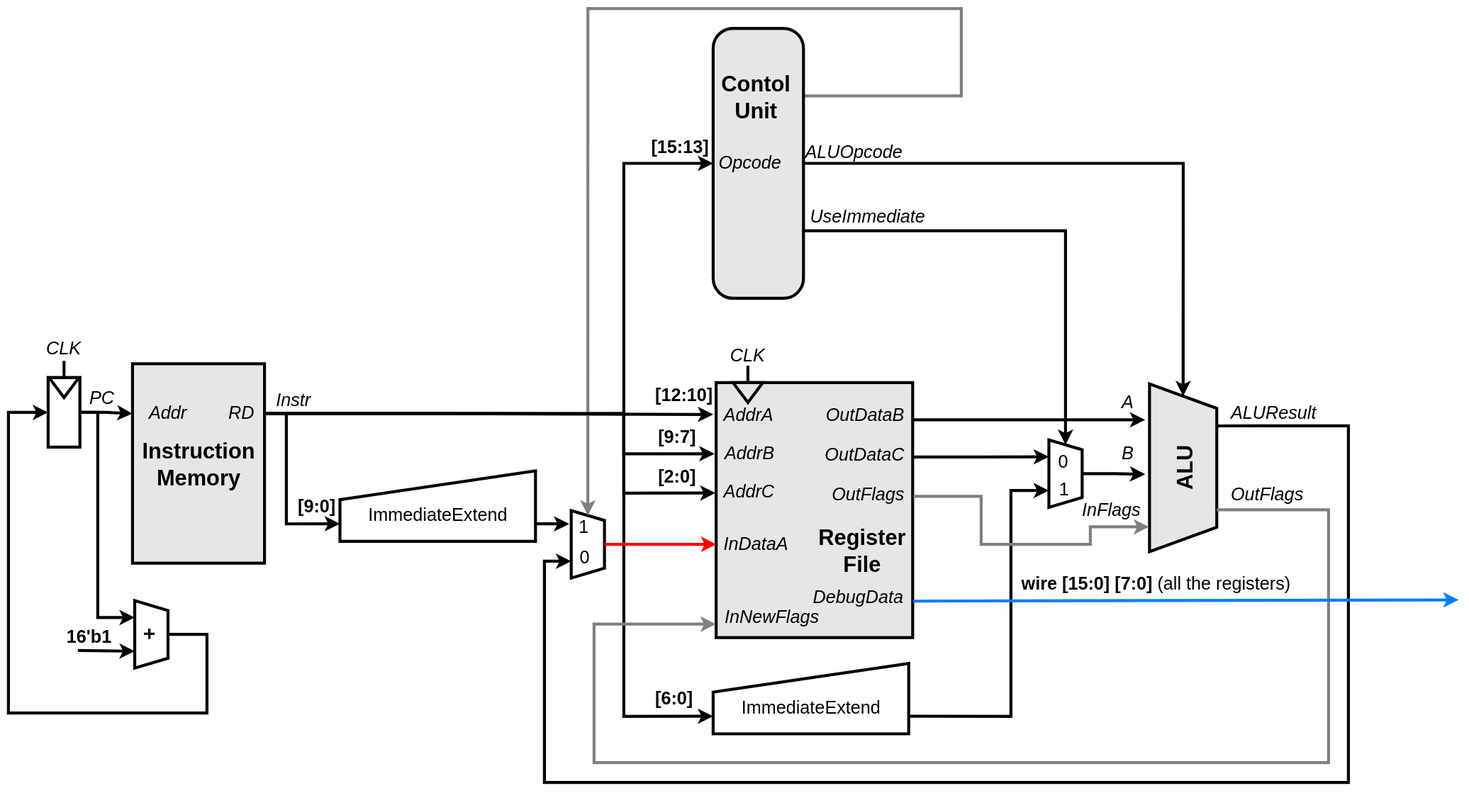
Before: materials/diagram/diagram.svg, a diagram exported from draw.io (superstudy160/RISC-V-i16-A-Project). Source tidied: cells renumbered, new cells last; positions are measured from the earlier drawing's top-left corner, leaving out a move shared by most shapes.
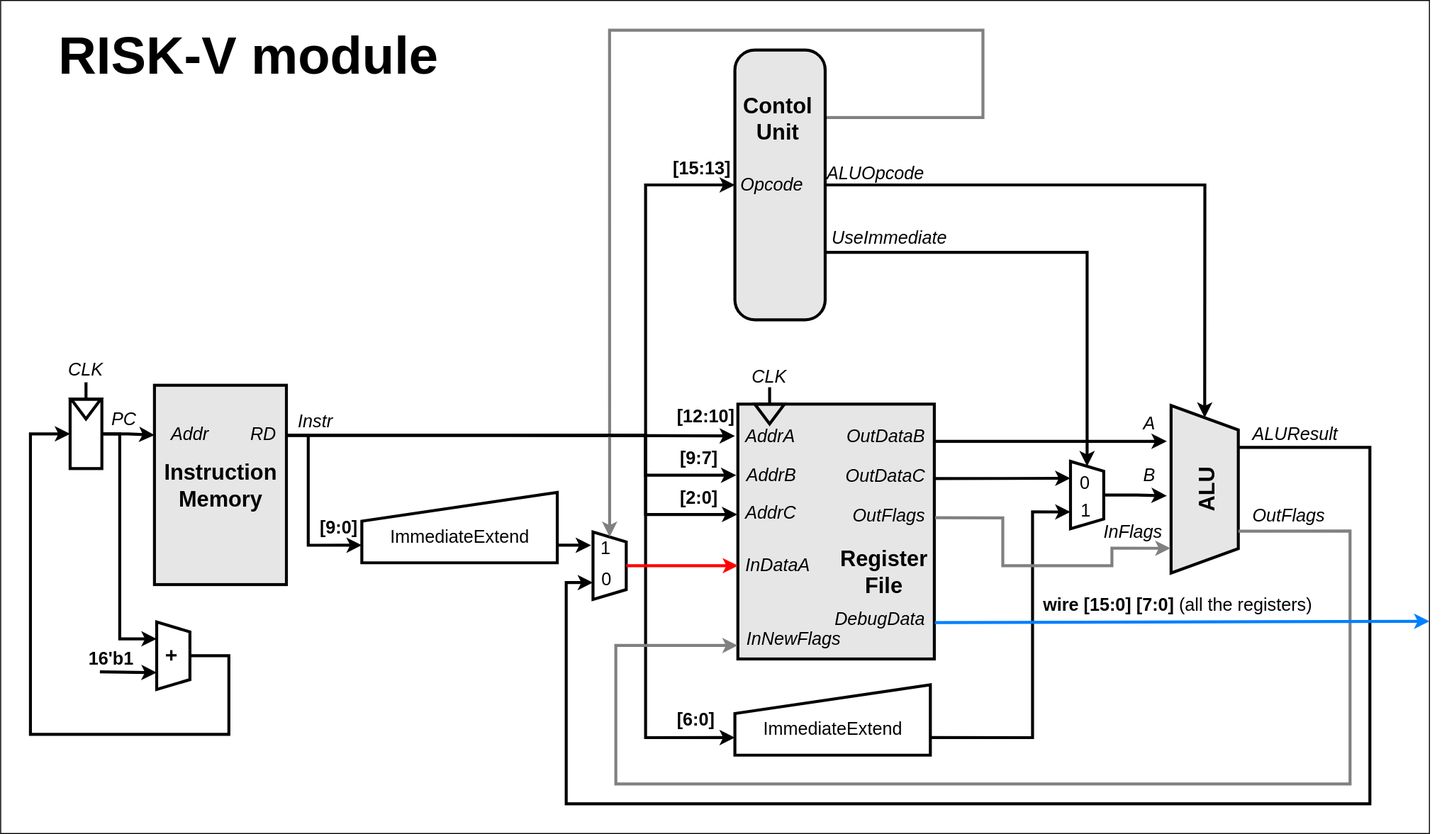
After the change.

Commit message:
Updated diagram background

Diff of the diagram source:
```diff
@@ -2,6 +2,9 @@
   <root>
     <mxCell id="0" />
     <mxCell id="1" parent="0" />
+    <mxCell id="82" style="rounded=0;whiteSpace=wrap;html=1;" parent="1" vertex="1">
+      <mxGeometry x="-30" y="-30" width="1440" height="840" as="geometry" />
+    </mxCell>
     <mxCell id="2" style="edgeStyle=orthogonalEdgeStyle;rounded=0;jettySize=auto;html=1;exitX=1;exitY=0.25;exitDx=0;exitDy=0;entryX=0;entryY=0.75;entryDx=0;entryDy=0;strokeWidth=3;" parent="1" edge="1" source="5" target="17">
       <mxGeometry relative="1" as="geometry">
         <Array as="points">
@@ -303,7 +306,7 @@
     </mxCell>
     <mxCell id="78" style="endArrow=classic;html=1;rounded=0;exitX=1.003;exitY=0.857;exitDx=0;exitDy=0;exitPerimeter=0;strokeWidth=3;strokeColor=#007FFF;" parent="1" edge="1" source="9">
       <mxGeometry relative="1" as="geometry">
-        <mxPoint x="1461" y="596" as="targetPoint" />
+        <mxPoint x="1410" y="596" as="targetPoint" />
       </mxGeometry>
     </mxCell>
     <mxCell id="79" value="wire [15:0] [7:0] &lt;span style=&quot;font-weight: normal;&quot;&gt;(all the registers)&lt;/span&gt;" style="text;html=1;align=left;verticalAlign=middle;whiteSpace=wrap;rounded=0;fontSize=18;fontStyle=1;" parent="1" vertex="1">
@@ -315,5 +318,8 @@
     <mxCell id="81" value="&lt;font style=&quot;font-size: 22px;&quot;&gt;ALU&lt;/font&gt;" style="text;html=1;align=center;verticalAlign=middle;whiteSpace=wrap;rounded=0;fontSize=18;fontStyle=1;rotation=-90;" parent="1" vertex="1">
       <mxGeometry x="1143" y="432.9" width="87" height="60" as="geometry" />
     </mxCell>
+    <mxCell id="83" value="&lt;font style=&quot;font-size: 53px;&quot;&gt;RISK-V module&lt;/font&gt;" style="text;html=1;strokeColor=none;fillColor=none;align=center;verticalAlign=middle;whiteSpace=wrap;rounded=0;fontStyle=1;" parent="1" vertex="1">
+      <mxGeometry x="-30" y="-30" width="500" height="110" as="geometry" />
+    </mxCell>
   </root>
 </mxGraphModel>
```
